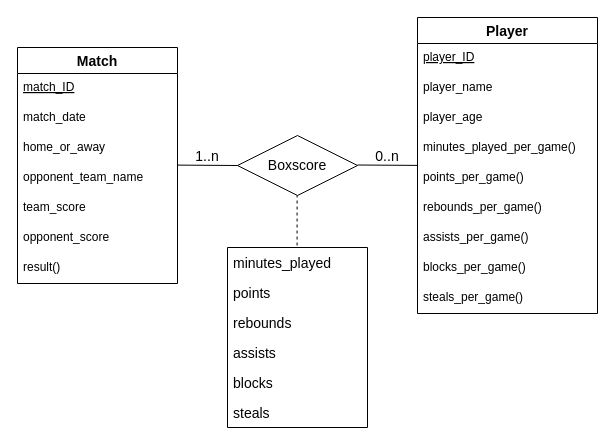
Earlier version of the draw.io diagram page "practice 7.3" (2 of 2) of Untitled Diagram.drawio (jskwak98/database_erModeling). Source tidied: cells renumbered, new cells numbered last; positions are measured from the earlier drawing's top-left corner, leaving out a move shared by most shapes. Both pictures are drawn from the tidied source at 100%, with x=0, y=0 at pixel (17, 17).
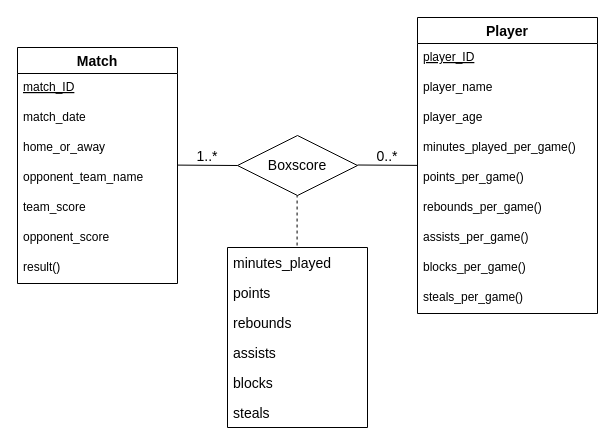
Above is the later version.

Diff of the diagram source:
```diff
@@
-    <mxCell id="22" value="1..n" style="text;html=1;strokeColor=none;fillColor=none;align=center;verticalAlign=middle;whiteSpace=wrap;rounded=0;fontFamily=Helvetica;fontSize=14;" parent="1" vertex="1">
+    <mxCell id="22" value="1..*" style="text;html=1;strokeColor=none;fillColor=none;align=center;verticalAlign=middle;whiteSpace=wrap;rounded=0;fontFamily=Helvetica;fontSize=14;" parent="1" vertex="1">
       <mxGeometry x="160" y="130" width="60" height="18" as="geometry" />
     </mxCell>
@@
-    <mxCell id="24" value="0..n" style="text;html=1;strokeColor=none;fillColor=none;align=center;verticalAlign=middle;whiteSpace=wrap;rounded=0;fontFamily=Helvetica;fontSize=14;" parent="1" vertex="1">
+    <mxCell id="24" value="0..*" style="text;html=1;strokeColor=none;fillColor=none;align=center;verticalAlign=middle;whiteSpace=wrap;rounded=0;fontFamily=Helvetica;fontSize=14;" parent="1" vertex="1">
       <mxGeometry x="340" y="129.9" width="60" height="18" as="geometry" />
     </mxCell>
```
